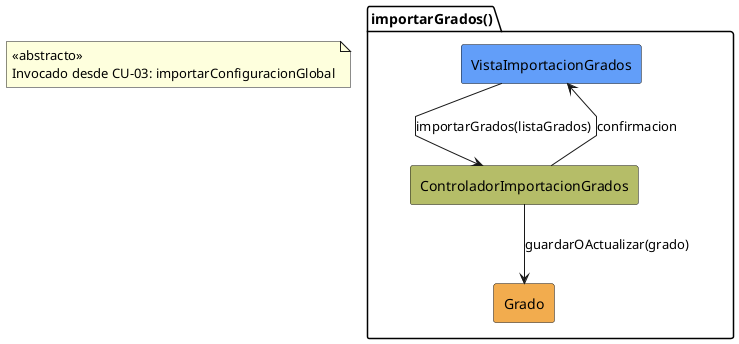
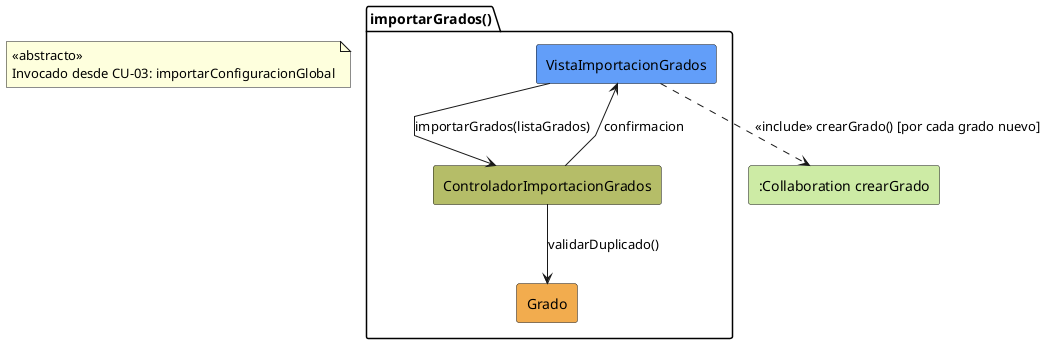
- ﻿@startuml importarGrados-analisis
+ @startuml importarGrados-analisis
skinparam linetype polyline

note "<<abstracto>>\nInvocado desde CU-03: importarConfiguracionGlobal" as N1
+ 
+ rectangle #CDEBA5 ":Collaboration crearGrado" as ColCrearGr
+ 
package importarGrados as "importarGrados()" {
    rectangle #629EF9 VistaImportacionGrados
    rectangle #b5bd68 ControladorImportacionGrados
    rectangle #F2AC4E Grado
}

VistaImportacionGrados -d-> ControladorImportacionGrados: importarGrados(listaGrados)
- ControladorImportacionGrados --> Grado: guardarOActualizar(grado)
+ ControladorImportacionGrados --> Grado: validarDuplicado()
ControladorImportacionGrados --> VistaImportacionGrados: confirmacion

- @enduml+ VistaImportacionGrados ..> ColCrearGr: <<include>> crearGrado() [por cada grado nuevo]
+ 
+ @enduml
